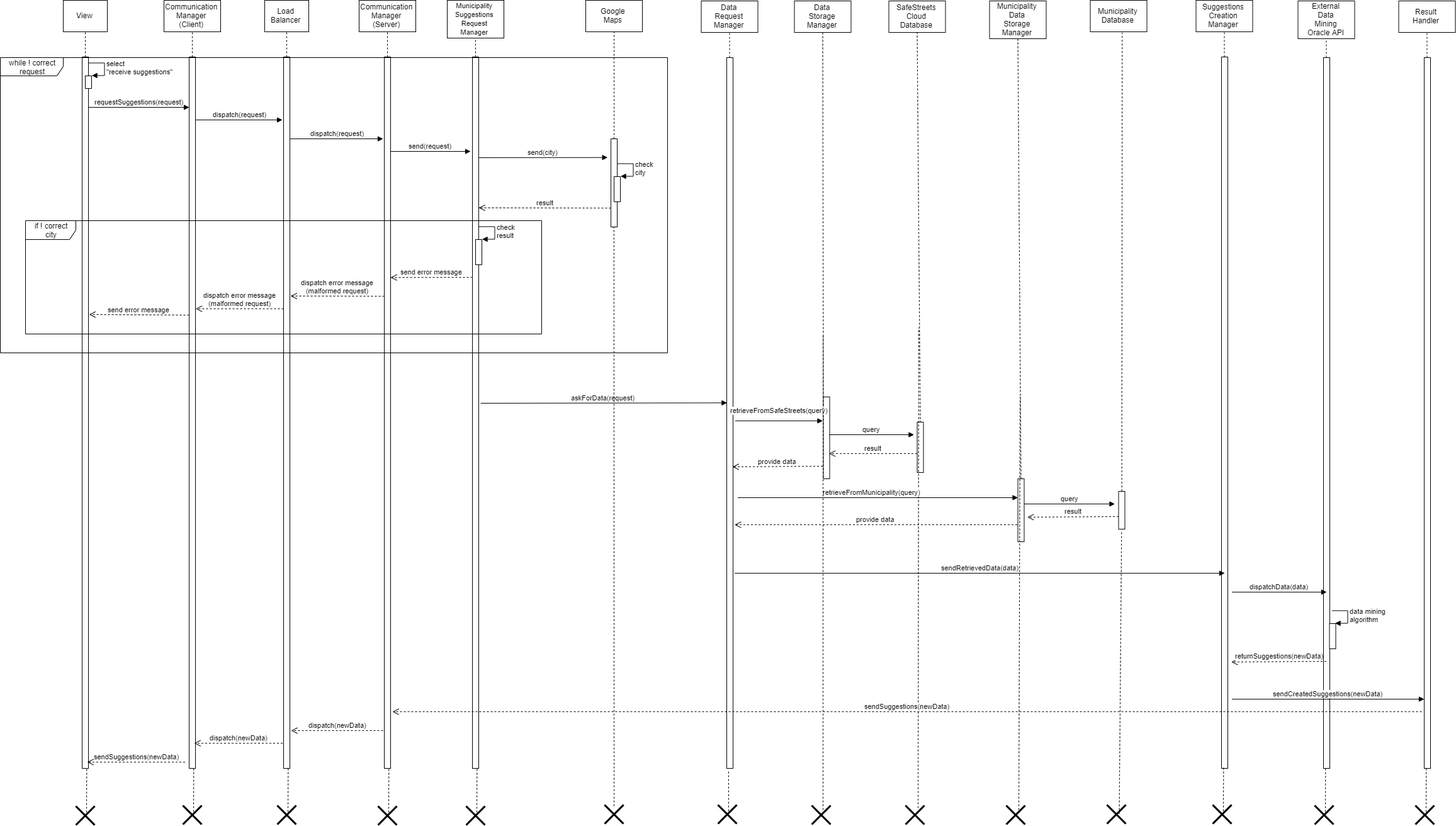
Before: DD/Diagrams/Sequence Diagrams/Runtime View Diagram suggestions.png, a diagram exported from draw.io (Dany97/MassiniNicolo). Source tidied: cells renumbered, new cells last; positions are measured from the earlier drawing's top-left corner, leaving out a move shared by most shapes.
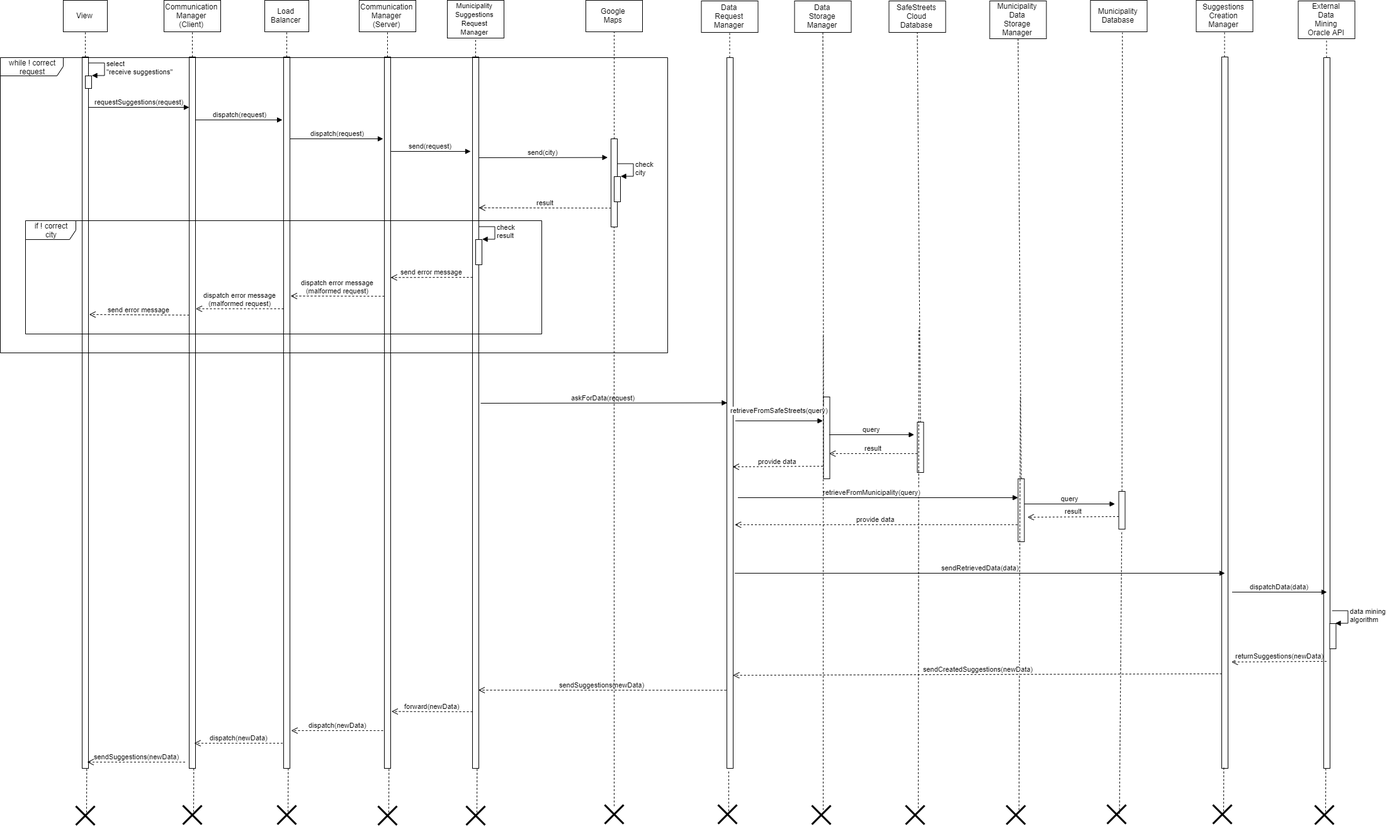
The same file after the commit.

The edit, as a diff of the source:
```diff
@@ -320,26 +320,6 @@
         <mxPoint x="1945" y="910" as="targetPoint" />
       </mxGeometry>
     </mxCell>
-    <mxCell id="77" value="Result&lt;br&gt;Handler" style="html=1;" parent="1" vertex="1">
-      <mxGeometry x="2221.5" y="1" width="90" height="50" as="geometry" />
-    </mxCell>
-    <mxCell id="78" style="endArrow=none;dashed=1;html=1;entryX=0.5;entryY=1;entryDx=0;entryDy=0;" parent="1" edge="1" target="77">
-      <mxGeometry relative="1" as="geometry">
-        <mxPoint x="2266.5" y="91" as="sourcePoint" />
-      </mxGeometry>
-    </mxCell>
-    <mxCell id="79" style="html=1;perimeter=orthogonalPerimeter;" parent="1" vertex="1">
-      <mxGeometry x="2262" y="91" width="10" height="1129" as="geometry" />
-    </mxCell>
-    <mxCell id="80" style="endArrow=none;dashed=1;html=1;entryX=0.729;entryY=1.001;entryDx=0;entryDy=0;entryPerimeter=0;" parent="1" edge="1">
-      <mxGeometry relative="1" as="geometry">
-        <mxPoint x="2265" y="1289" as="sourcePoint" />
-        <mxPoint x="2265.3" y="1219.9" as="targetPoint" />
-      </mxGeometry>
-    </mxCell>
-    <mxCell id="81" style="shape=umlDestroy;whiteSpace=wrap;html=1;strokeWidth=3;" parent="1" vertex="1">
-      <mxGeometry x="2248" y="1279" width="30" height="30" as="geometry" />
-    </mxCell>
     <mxCell id="82" value="dispatchData(data)" style="html=1;verticalAlign=bottom;endArrow=block;" parent="1" edge="1">
       <mxGeometry relative="1" as="geometry">
         <mxPoint x="1956.5" y="940" as="sourcePoint" />
@@ -363,17 +343,8 @@
         <mxPoint x="1955.5" y="1051" as="targetPoint" />
       </mxGeometry>
     </mxCell>
-    <mxCell id="86" value="sendCreatedSuggestions(newData)" style="html=1;verticalAlign=bottom;endArrow=block;" parent="1" edge="1">
-      <mxGeometry relative="1" as="geometry">
-        <mxPoint x="1956.5" y="1110" as="sourcePoint" />
-        <mxPoint x="2262" y="1110" as="targetPoint" />
-      </mxGeometry>
-    </mxCell>
-    <mxCell id="87" value="sendSuggestions(newData)" style="html=1;verticalAlign=bottom;endArrow=open;dashed=1;endSize=8;" parent="1" edge="1">
-      <mxGeometry relative="1" as="geometry">
-        <mxPoint x="2258" y="1130" as="sourcePoint" />
-        <mxPoint x="623" y="1130" as="targetPoint" />
-      </mxGeometry>
+    <mxCell id="87" value="sendSuggestions(newData)" style="html=1;verticalAlign=bottom;endArrow=open;dashed=1;endSize=8;exitX=-0.1;exitY=0.89;exitDx=0;exitDy=0;exitPerimeter=0;entryX=0.933;entryY=0.89;entryDx=0;entryDy=0;entryPerimeter=0;" parent="1" edge="1" source="21" target="18">
+      <mxGeometry relative="1" as="geometry" />
     </mxCell>
     <mxCell id="88" value="dispatch(newData)" style="html=1;verticalAlign=bottom;endArrow=open;dashed=1;endSize=8;" parent="1" edge="1">
       <mxGeometry relative="1" as="geometry">
@@ -473,5 +444,16 @@
     <mxCell id="108" value="while ! correct&lt;br&gt;request" style="shape=umlFrame;whiteSpace=wrap;html=1;width=100;height=29;" parent="1" vertex="1">
       <mxGeometry y="91" width="1060" height="469" as="geometry" />
     </mxCell>
+    <mxCell id="86" value="sendCreatedSuggestions(newData)" style="html=1;verticalAlign=bottom;endArrow=open;dashed=1;endSize=8;exitX=0.024;exitY=0.867;exitDx=0;exitDy=0;exitPerimeter=0;entryX=0.976;entryY=0.869;entryDx=0;entryDy=0;entryPerimeter=0;" parent="1" edge="1" source="52" target="21">
+      <mxGeometry relative="1" as="geometry" />
+    </mxCell>
+    <mxCell id="109" value="forward(newData)" style="html=1;verticalAlign=bottom;endArrow=open;dashed=1;endSize=8;entryX=1.141;entryY=0.92;entryDx=0;entryDy=0;entryPerimeter=0;" parent="1" edge="1" target="13">
+      <mxGeometry relative="1" as="geometry">
+        <mxPoint x="750" y="1130" as="sourcePoint" />
+        <Array as="points">
+          <mxPoint x="700" y="1130" />
+        </Array>
+      </mxGeometry>
+    </mxCell>
   </root>
 </mxGraphModel>
```
